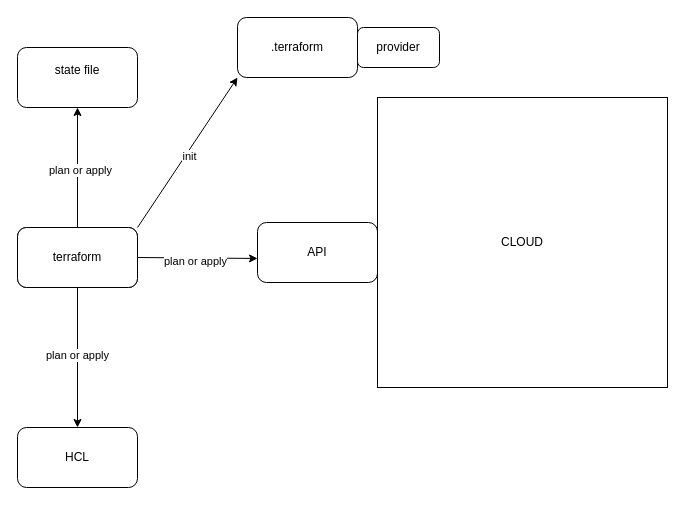
csarsantos96/descomplicando_terraform keeps this draw.io diagram as diagrams/terraform.drawio. Above is the earlier version. Source tidied: cells renumbered, new cells numbered last; positions are measured from the earlier drawing's top-left corner, leaving out a move shared by most shapes. Both pictures are drawn from the tidied source at 100%, with x=0, y=0 at pixel (17, 17).
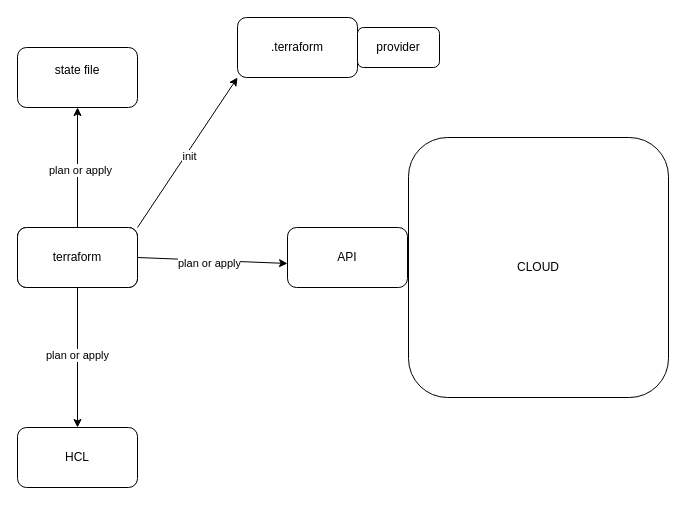
Above is the later version.

Commit message (it also covers changes not shown here):
Update README and Terraform configurations for EC2 instance management and import workflow

The edit, as a diff of the source:
```diff
@@
 <mxGraphModel>
   <root>
     <mxCell id="0" />
     <mxCell id="1" parent="0" />
     <mxCell id="2" value="state file&lt;div&gt;&lt;br&gt;&lt;/div&gt;" style="rounded=1;whiteSpace=wrap;html=1;roundedPerimeter=1;" parent="1" vertex="1">
       <mxGeometry y="30" width="120" height="60" as="geometry" />
     </mxCell>
     <mxCell id="3" style="edgeStyle=none;html=1;exitX=0.5;exitY=1;exitDx=0;exitDy=0;entryX=0.5;entryY=0;entryDx=0;entryDy=0;" parent="1" edge="1" source="9" target="10">
       <mxGeometry relative="1" as="geometry" />
     </mxCell>
     <mxCell id="4" value="plan or apply" style="edgeLabel;html=1;align=center;verticalAlign=middle;" parent="3" vertex="1">
       <mxGeometry x="-0.05" y="-1" relative="1" as="geometry" />
     </mxCell>
     <mxCell id="5" style="edgeStyle=none;html=1;entryX=0.5;entryY=1;entryDx=0;entryDy=0;" parent="1" edge="1" source="9" target="2">
       <mxGeometry relative="1" as="geometry" />
     </mxCell>
     <mxCell id="6" value="plan or apply" style="edgeLabel;html=1;align=center;verticalAlign=middle;" parent="5" vertex="1">
       <mxGeometry x="-0.03" y="-2" relative="1" as="geometry" />
     </mxCell>
     <mxCell id="7" style="edgeStyle=none;html=1;exitX=1;exitY=0;exitDx=0;exitDy=0;entryX=0;entryY=1;entryDx=0;entryDy=0;" parent="1" edge="1" source="9" target="13">
       <mxGeometry relative="1" as="geometry" />
     </mxCell>
     <mxCell id="8" value="init" style="edgeLabel;html=1;align=center;verticalAlign=middle;" parent="7" vertex="1">
       <mxGeometry x="-0.01" y="-3" relative="1" as="geometry">
         <mxPoint y="1" as="offset" />
       </mxGeometry>
     </mxCell>
     <mxCell id="9" value="terraform" style="rounded=1;whiteSpace=wrap;html=1;roundedPerimeter=1;" parent="1" vertex="1">
       <mxGeometry y="210" width="120" height="60" as="geometry" />
     </mxCell>
     <mxCell id="10" value="HCL" style="rounded=1;whiteSpace=wrap;html=1;roundedPerimeter=1;" parent="1" vertex="1">
       <mxGeometry y="410" width="120" height="60" as="geometry" />
     </mxCell>
     <mxCell id="11" value="API" style="rounded=1;whiteSpace=wrap;html=1;roundedPerimeter=1;" parent="1" vertex="1">
-      <mxGeometry x="240" y="205" width="120" height="60" as="geometry" />
+      <mxGeometry x="270" y="210" width="120" height="60" as="geometry" />
     </mxCell>
-    <mxCell id="12" value="CLOUD" style="whiteSpace=wrap;html=1;" parent="1" vertex="1">
-      <mxGeometry x="360" y="80" width="290" height="290" as="geometry" />
+    <mxCell id="12" value="CLOUD" style="whiteSpace=wrap;html=1;rounded=1;roundedPerimeter=1;" parent="1" vertex="1">
+      <mxGeometry x="391" y="120" width="260" height="260" as="geometry" />
     </mxCell>
     <mxCell id="13" value=".terraform" style="rounded=1;whiteSpace=wrap;html=1;roundedPerimeter=1;" parent="1" vertex="1">
       <mxGeometry x="220" width="120" height="60" as="geometry" />
     </mxCell>
     <mxCell id="14" value="provider" style="rounded=1;whiteSpace=wrap;html=1;roundedPerimeter=1;" parent="1" vertex="1">
       <mxGeometry x="340" y="10" width="82" height="40" as="geometry" />
     </mxCell>
     <mxCell id="15" style="edgeStyle=none;html=1;exitX=1;exitY=0.5;exitDx=0;exitDy=0;entryX=0.083;entryY=0.583;entryDx=0;entryDy=0;" parent="1" edge="1" source="17" target="11">
       <mxGeometry relative="1" as="geometry" />
     </mxCell>
     <mxCell id="16" value="plan or apply" style="edgeLabel;html=1;align=center;verticalAlign=middle;" parent="15" vertex="1">
       <mxGeometry x="-0.04" y="-3" relative="1" as="geometry" />
     </mxCell>
     <mxCell id="17" value="terraform" style="rounded=1;whiteSpace=wrap;html=1;roundedPerimeter=1;" parent="1" vertex="1">
       <mxGeometry y="210" width="120" height="60" as="geometry" />
     </mxCell>
   </root>
 </mxGraphModel>
```
